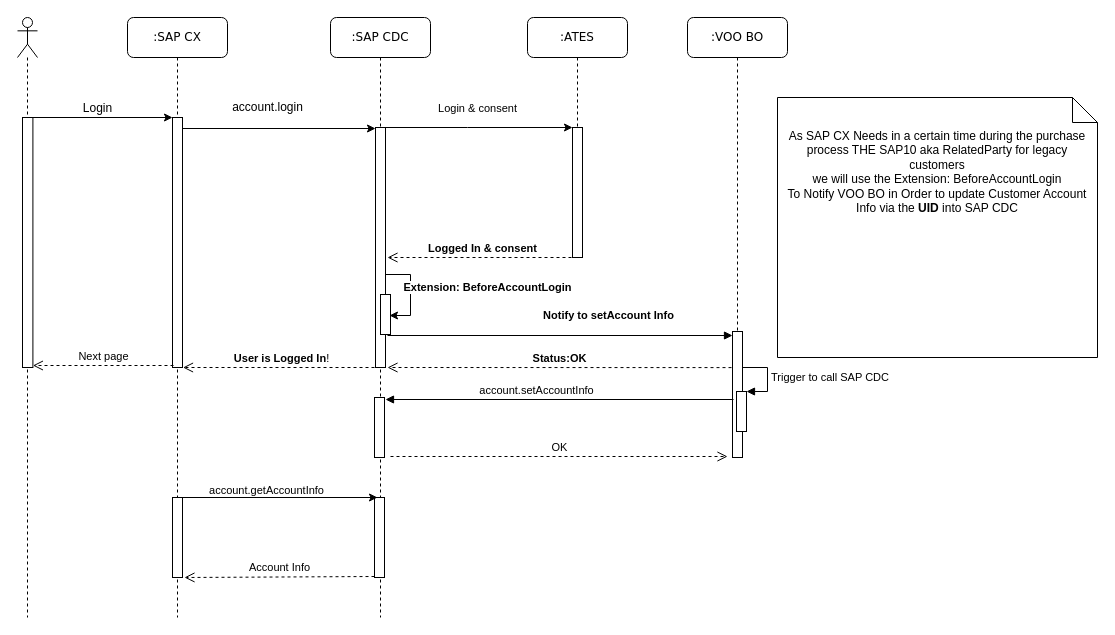
Before: page "OPIDC-GetIndivInfo" (2 of 4) of SeqDiagram-CX-VOO-CDC.drawio in MudBloodArchitekt/draw.io, a draw.io diagram. Source tidied: cells renumbered, new cells numbered last; positions are measured from the earlier drawing's top-left corner, leaving out a move shared by most shapes. Both pictures are drawn from the tidied source at 100%, with x=0, y=0 at pixel (17, 17).
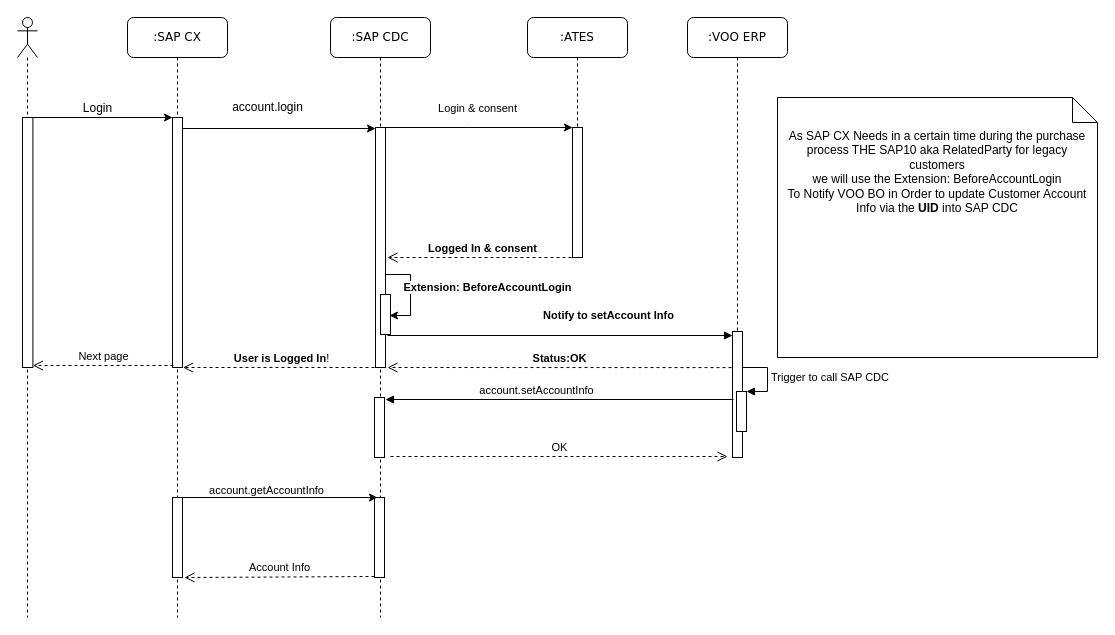
The same diagram, later.

What changed in the source:
```diff
@@
-    <mxCell id="12" value=":VOO BO " style="shape=umlLifeline;perimeter=lifelinePerimeter;whiteSpace=wrap;html=1;rounded=1;shadow=0;comic=0;labelBackgroundColor=none;strokeWidth=1;fontFamily=Verdana;fontSize=12;align=center;" parent="1" vertex="1">
+    <mxCell id="12" value=":VOO ERP " style="shape=umlLifeline;perimeter=lifelinePerimeter;whiteSpace=wrap;html=1;rounded=1;shadow=0;comic=0;labelBackgroundColor=none;strokeWidth=1;fontFamily=Verdana;fontSize=12;align=center;" parent="1" vertex="1">
       <mxGeometry x="670" width="100" height="440" as="geometry" />
     </mxCell>
```
